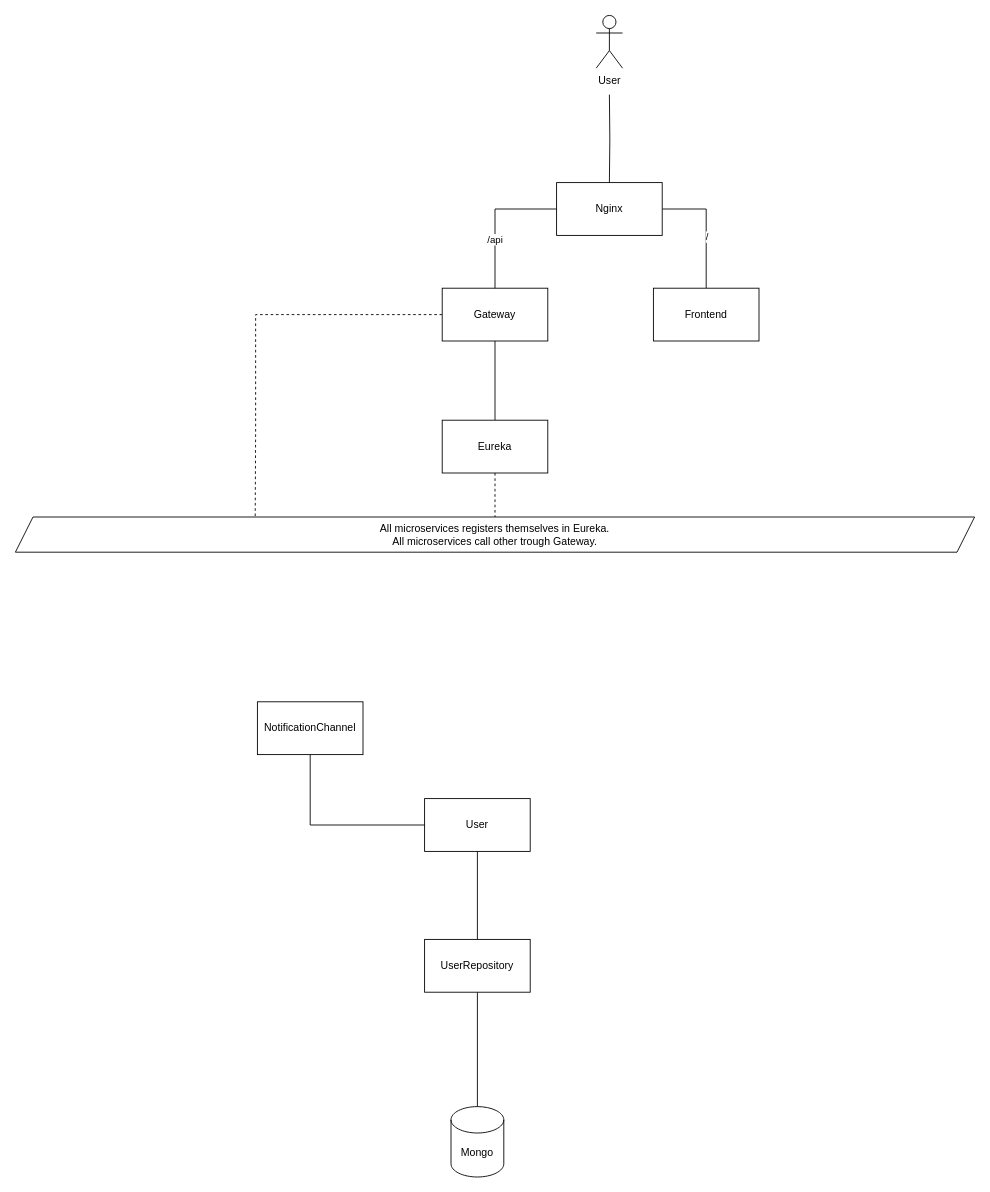
This is docs/docs/images/bandir-current.drawio from borchowiec/bandir, a draw.io file, before an edit. Source tidied: cells renumbered, new cells numbered last; positions are measured from the earlier drawing's top-left corner, leaving out a move shared by most shapes. Both pictures are drawn from the tidied source at 88%, with x=0, y=0 at pixel (15, 15).
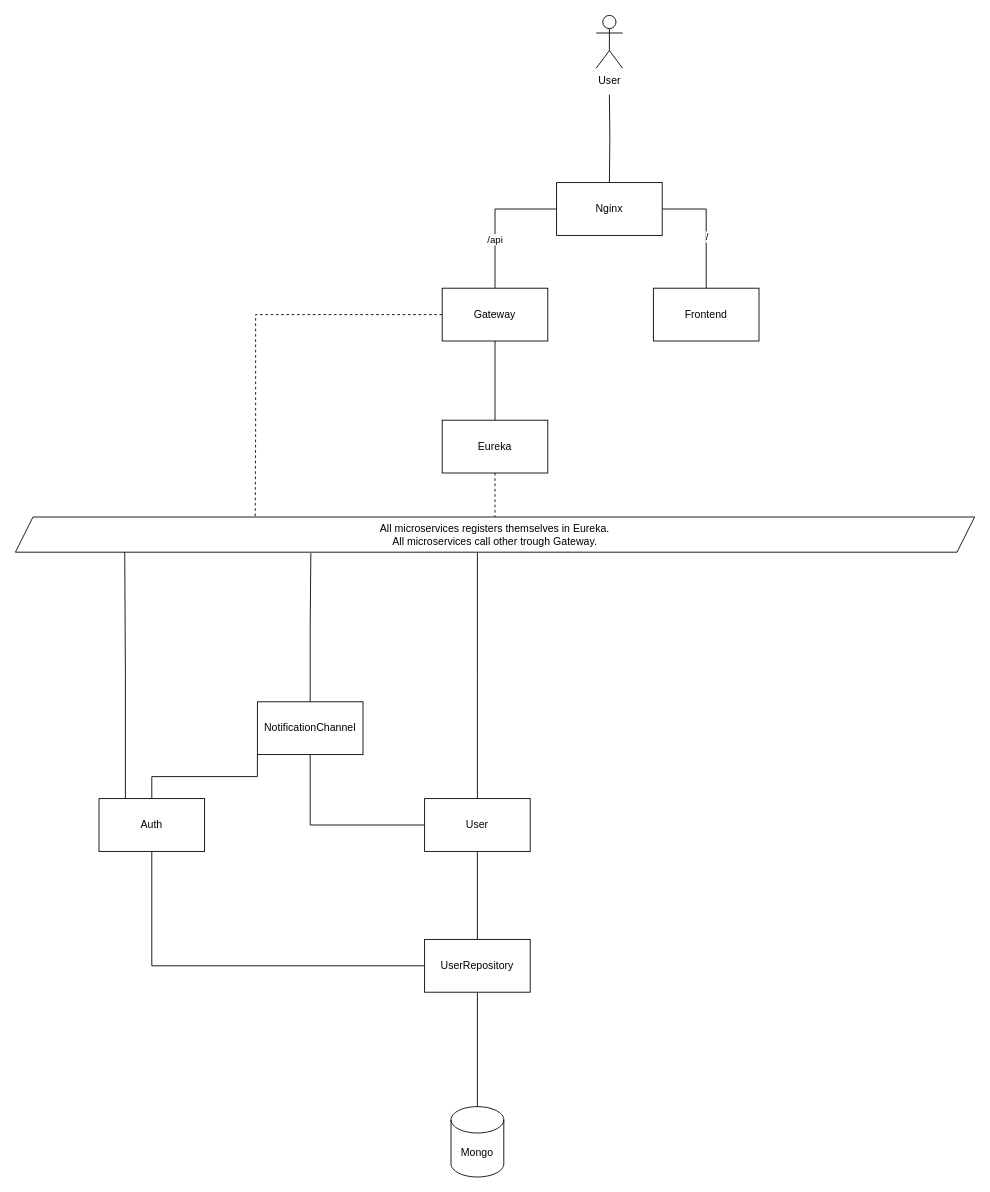
The same diagram, later.

Unchanged cells that the change refers to:
```xml
<mxCell id="14" value="User" style="rounded=0;whiteSpace=wrap;html=1;" parent="1" vertex="1">
  <mxGeometry x="465" y="890" width="120" height="60" as="geometry" />
</mxCell>
<mxCell id="16" value="NotificationChannel" style="rounded=0;whiteSpace=wrap;html=1;" parent="1" vertex="1">
  <mxGeometry x="275" y="780" width="120" height="60" as="geometry" />
</mxCell>
<mxCell id="19" value="UserRepository" style="rounded=0;whiteSpace=wrap;html=1;" parent="1" vertex="1">
  <mxGeometry x="465" y="1050" width="120" height="60" as="geometry" />
</mxCell>
<mxCell id="22" value="&lt;span&gt;All microservices registers themselves in Eureka.&lt;/span&gt;&lt;br&gt;&lt;span&gt;All microservices call other trough Gateway.&lt;/span&gt;" style="shape=parallelogram;perimeter=parallelogramPerimeter;whiteSpace=wrap;html=1;fixedSize=1;glass=0;sketch=0;" parent="1" vertex="1">
  <mxGeometry y="570" width="1090" height="40" as="geometry" />
</mxCell>
```

What changed in the source:
```diff
@@
+    <mxCell id="23" style="edgeStyle=orthogonalEdgeStyle;rounded=0;jettySize=auto;html=1;exitX=0.5;exitY=0;exitDx=0;exitDy=0;endArrow=none;endFill=0;" parent="1" edge="1" source="14">
+      <mxGeometry relative="1" as="geometry">
+        <mxPoint x="525" y="610" as="targetPoint" />
+      </mxGeometry>
+    </mxCell>
@@
+    <mxCell id="24" style="edgeStyle=orthogonalEdgeStyle;rounded=0;jettySize=auto;html=1;exitX=0.5;exitY=0;exitDx=0;exitDy=0;entryX=0.308;entryY=1.025;entryDx=0;entryDy=0;entryPerimeter=0;endArrow=none;endFill=0;" parent="1" edge="1" source="16" target="22">
+      <mxGeometry relative="1" as="geometry" />
+    </mxCell>
@@
+    <mxCell id="25" style="edgeStyle=orthogonalEdgeStyle;rounded=0;jettySize=auto;html=1;exitX=0.5;exitY=0;exitDx=0;exitDy=0;entryX=0;entryY=1;entryDx=0;entryDy=0;endArrow=none;endFill=0;" parent="1" edge="1" source="28" target="16">
+      <mxGeometry relative="1" as="geometry" />
+    </mxCell>
+    <mxCell id="26" style="edgeStyle=orthogonalEdgeStyle;rounded=0;jettySize=auto;html=1;exitX=0.5;exitY=1;exitDx=0;exitDy=0;entryX=0;entryY=0.5;entryDx=0;entryDy=0;endArrow=none;endFill=0;" parent="1" edge="1" source="28" target="19">
+      <mxGeometry relative="1" as="geometry" />
+    </mxCell>
+    <mxCell id="27" style="edgeStyle=orthogonalEdgeStyle;rounded=0;jettySize=auto;html=1;exitX=0.25;exitY=0;exitDx=0;exitDy=0;entryX=0.114;entryY=0.996;entryDx=0;entryDy=0;entryPerimeter=0;endArrow=none;endFill=0;" parent="1" edge="1" source="28" target="22">
+      <mxGeometry relative="1" as="geometry" />
+    </mxCell>
+    <mxCell id="28" value="Auth" style="rounded=0;whiteSpace=wrap;html=1;" parent="1" vertex="1">
+      <mxGeometry x="95" y="890" width="120" height="60" as="geometry" />
+    </mxCell>
```
